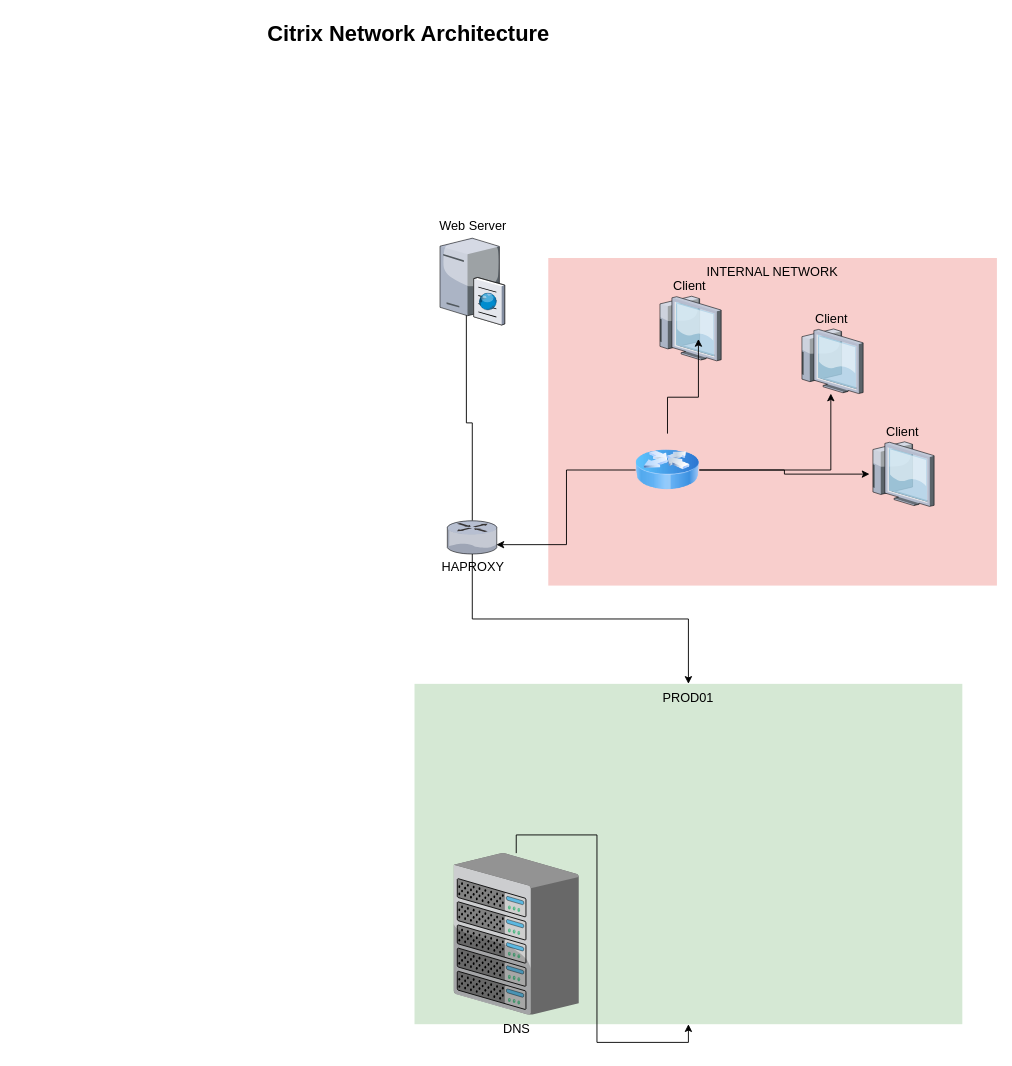
Ziut3k-dev/Ziut3k-dev.github.io keeps this draw.io diagram as Diagram bez tytułu.drawio. Above is the earlier version. Source tidied: cells renumbered, new cells numbered last; positions are measured from the earlier drawing's top-left corner, leaving out a move shared by most shapes. Both pictures are drawn from the tidied source at 91%, with x=0, y=0 at pixel (15, 15).
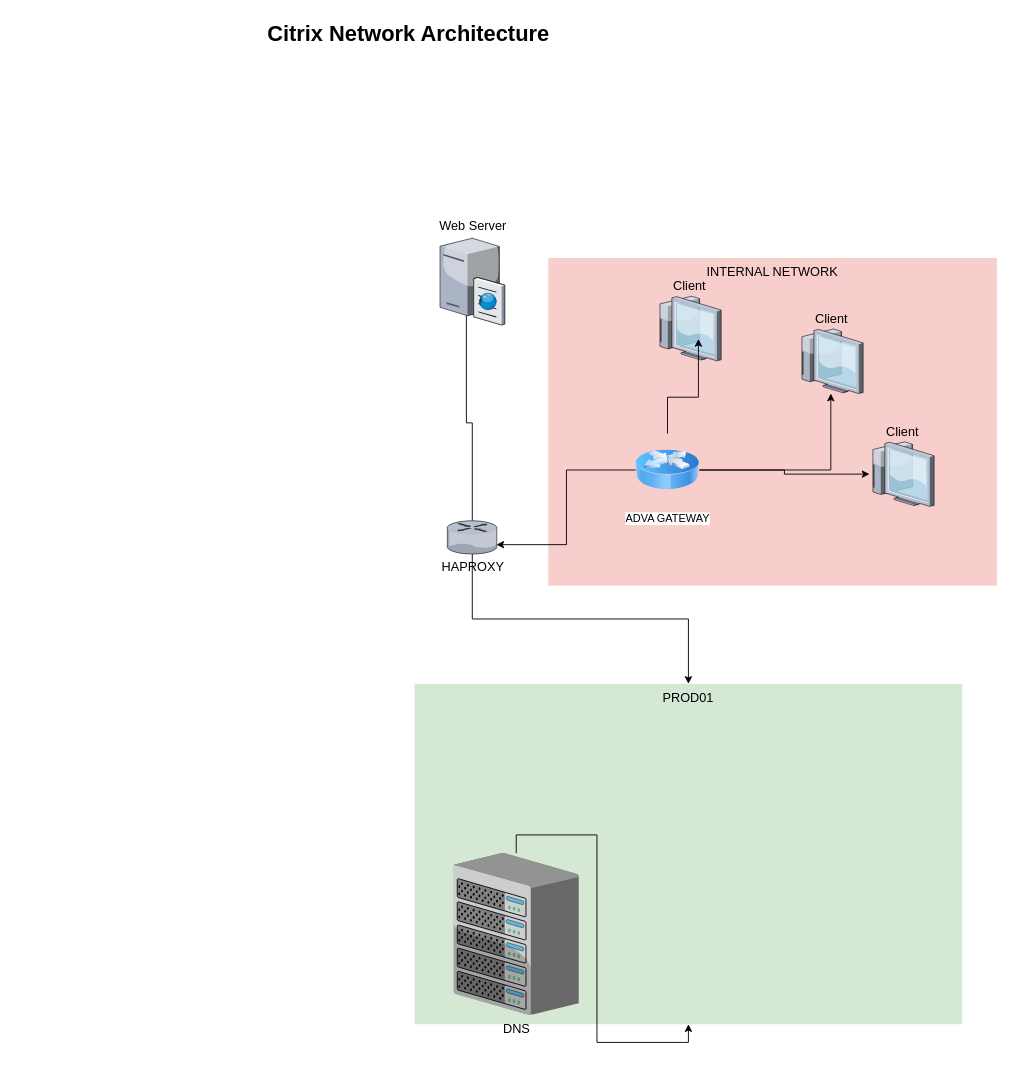
The same diagram, later.

The edit, as a diff of the source:
```diff
@@
 <mxGraphModel>
   <root>
     <mxCell id="0" />
     <mxCell id="1" parent="0" />
     <mxCell id="2" value="INTERNAL NETWORK" style="whiteSpace=wrap;html=1;fillColor=#f8cecc;fontSize=14;strokeColor=none;verticalAlign=top;" parent="1" vertex="1">
       <mxGeometry x="585" y="266" width="493" height="360" as="geometry" />
     </mxCell>
     <mxCell id="3" value="PROD01" style="whiteSpace=wrap;html=1;fillColor=#d5e8d4;fontSize=14;strokeColor=none;verticalAlign=top;" parent="1" vertex="1">
       <mxGeometry x="438" y="734" width="602" height="374" as="geometry" />
     </mxCell>
     <mxCell id="4" style="edgeStyle=orthogonalEdgeStyle;rounded=0;jettySize=auto;html=1;" parent="1" edge="1" source="6" target="3">
       <mxGeometry relative="1" as="geometry" />
     </mxCell>
     <mxCell id="5" style="edgeStyle=orthogonalEdgeStyle;rounded=0;jettySize=auto;html=1;entryX=0.408;entryY=0.646;entryDx=0;entryDy=0;entryPerimeter=0;" parent="1" edge="1" source="6" target="7">
       <mxGeometry relative="1" as="geometry" />
     </mxCell>
     <mxCell id="6" value="HAPROXY" style="verticalLabelPosition=bottom;html=1;verticalAlign=top;strokeColor=none;shape=mxgraph.citrix.router;fillColor=#66B2FF;gradientColor=#0066CC;fontSize=14;" parent="1" vertex="1">
       <mxGeometry x="474" y="554.8" width="55" height="36.5" as="geometry" />
     </mxCell>
     <mxCell id="7" value="Web Server" style="verticalLabelPosition=top;html=1;verticalAlign=bottom;strokeColor=none;shape=mxgraph.citrix.cache_server;fillColor=#66B2FF;gradientColor=#0066CC;fontSize=14;labelPosition=center;align=center;" parent="1" vertex="1">
       <mxGeometry x="466" y="242" width="71" height="97.5" as="geometry" />
     </mxCell>
     <mxCell id="8" style="edgeStyle=orthogonalEdgeStyle;rounded=0;jettySize=auto;html=1;" parent="1" edge="1" source="9" target="3">
       <mxGeometry relative="1" as="geometry" />
     </mxCell>
     <mxCell id="9" value="DNS" style="verticalLabelPosition=bottom;html=1;verticalAlign=top;strokeColor=none;shape=mxgraph.citrix.chassis;fillColor=#66B2FF;gradientColor=#0066CC;fontSize=14;" parent="1" vertex="1">
       <mxGeometry x="481" y="920" width="137.5" height="177.5" as="geometry" />
     </mxCell>
     <mxCell id="10" value="Client" style="verticalLabelPosition=top;html=1;verticalAlign=bottom;strokeColor=none;shape=mxgraph.citrix.thin_client;fillColor=#66B2FF;gradientColor=#0066CC;fontSize=14;labelPosition=center;align=center;" parent="1" vertex="1">
       <mxGeometry x="938" y="468" width="71" height="71" as="geometry" />
     </mxCell>
     <mxCell id="11" value="Client" style="verticalLabelPosition=top;html=1;verticalAlign=bottom;strokeColor=none;shape=mxgraph.citrix.thin_client;fillColor=#66B2FF;gradientColor=#0066CC;fontSize=14;labelPosition=center;align=center;" parent="1" vertex="1">
       <mxGeometry x="860" y="344" width="71" height="71" as="geometry" />
     </mxCell>
     <mxCell id="12" value="Client" style="verticalLabelPosition=top;html=1;verticalAlign=bottom;strokeColor=none;shape=mxgraph.citrix.thin_client;fillColor=#66B2FF;gradientColor=#0066CC;fontSize=14;labelPosition=center;align=center;" parent="1" vertex="1">
       <mxGeometry x="704" y="308" width="71" height="71" as="geometry" />
     </mxCell>
     <mxCell id="13" value="Citrix Network Architecture" style="text;strokeColor=none;fillColor=none;html=1;fontSize=24;fontStyle=1;verticalAlign=middle;align=center;" parent="1" vertex="1">
       <mxGeometry width="861" height="40" as="geometry" />
     </mxCell>
     <mxCell id="14" style="edgeStyle=orthogonalEdgeStyle;rounded=0;jettySize=auto;html=1;entryX=0.982;entryY=0.719;entryDx=0;entryDy=0;entryPerimeter=0;" parent="1" edge="1" source="18" target="6">
       <mxGeometry relative="1" as="geometry" />
     </mxCell>
     <mxCell id="15" style="edgeStyle=orthogonalEdgeStyle;rounded=0;jettySize=auto;html=1;" parent="1" edge="1" source="18" target="10">
       <mxGeometry relative="1" as="geometry" />
     </mxCell>
     <mxCell id="16" style="edgeStyle=orthogonalEdgeStyle;rounded=0;jettySize=auto;html=1;" parent="1" edge="1" source="18" target="11">
       <mxGeometry relative="1" as="geometry" />
     </mxCell>
     <mxCell id="17" style="edgeStyle=orthogonalEdgeStyle;rounded=0;jettySize=auto;html=1;entryX=0.648;entryY=0.662;entryDx=0;entryDy=0;entryPerimeter=0;" parent="1" edge="1" source="18" target="12">
       <mxGeometry relative="1" as="geometry" />
     </mxCell>
-    <mxCell id="18" style="image;html=1;image=img/lib/clip_art/networking/Router_Icon_128x128.png;" parent="1" vertex="1">
+    <mxCell id="18" value="ADVA GATEWAY" style="image;html=1;image=img/lib/clip_art/networking/Router_Icon_128x128.png;" parent="1" vertex="1">
       <mxGeometry x="681" y="459" width="70" height="80" as="geometry" />
     </mxCell>
   </root>
 </mxGraphModel>
```
